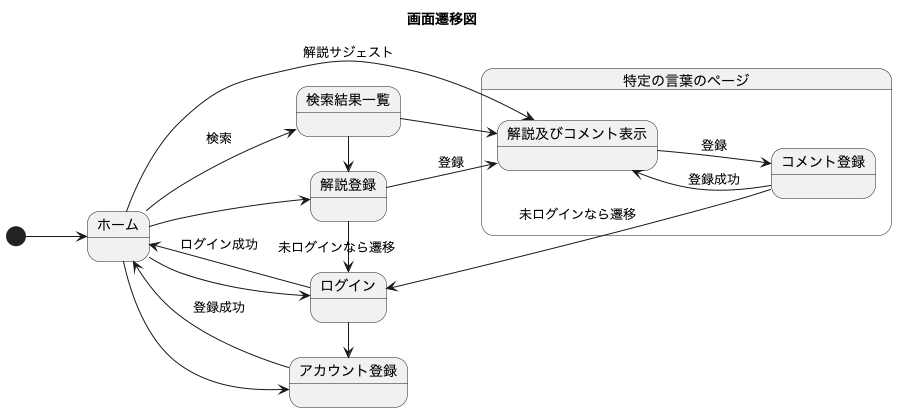
Earlier version of the PlantUML export docs/plantuml/アプリ_画面遷移図.png (yu-suke0919/dxd_glossary_rails). Its diagram source:
```plantuml
@startuml
left to right direction
title 画面遷移図

state ホーム
state ログイン
state アカウント登録
state 検索結果一覧
state 解説登録
state 特定の言葉のページ{
  state "解説及びコメント表示" as 解説表示
  state コメント登録

  解説表示 -[hidden]-> コメント登録
}

[*] --> ホーム

ホーム --> 解説表示 :解説サジェスト
ホーム --> 検索結果一覧 :検索
ホーム --> 解説登録
ホーム --> アカウント登録
ホーム --> ログイン

ホーム <-- ログイン :ログイン成功
ホーム <-- アカウント登録 : 登録成功

解説登録 -> ログイン :未ログインなら遷移
ログイン -> アカウント登録


検索結果一覧 -> 解説登録
検索結果一覧 --> 解説表示
解説登録 --> 解説表示 : 登録

解説表示 --> コメント登録 : 登録
解説表示 <-- コメント登録 : 登録成功

ログイン <-up-- コメント登録 : 未ログインなら遷移


@enduml
```
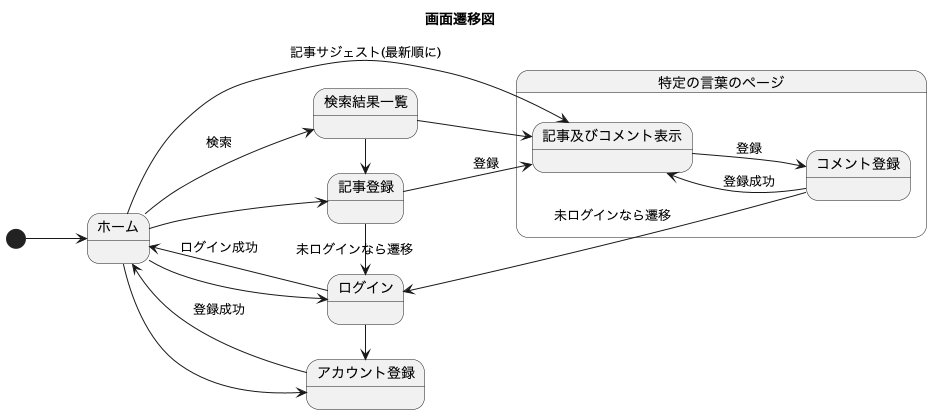
After the commit.

Commit message:
plantumlの出力画像を差し替え

Diff of the diagram source:
```diff
@@ -6,35 +6,35 @@
 state ログイン
 state アカウント登録
 state 検索結果一覧
-state 解説登録
+state 記事登録
 state 特定の言葉のページ{
-  state "解説及びコメント表示" as 解説表示
+  state "記事及びコメント表示" as 記事表示
   state コメント登録
 
-  解説表示 -[hidden]-> コメント登録
+  記事表示 -[hidden]-> コメント登録
 }
 
 [*] --> ホーム
 
-ホーム --> 解説表示 :解説サジェスト
+ホーム --> 記事表示 :記事サジェスト(最新順に)
 ホーム --> 検索結果一覧 :検索
-ホーム --> 解説登録
+ホーム --> 記事登録
 ホーム --> アカウント登録
 ホーム --> ログイン
 
 ホーム <-- ログイン :ログイン成功
 ホーム <-- アカウント登録 : 登録成功
 
-解説登録 -> ログイン :未ログインなら遷移
+記事登録 -> ログイン :未ログインなら遷移
 ログイン -> アカウント登録
 
 
-検索結果一覧 -> 解説登録
-検索結果一覧 --> 解説表示
-解説登録 --> 解説表示 : 登録
+検索結果一覧 -> 記事登録
+検索結果一覧 --> 記事表示
+記事登録 --> 記事表示 : 登録
 
-解説表示 --> コメント登録 : 登録
-解説表示 <-- コメント登録 : 登録成功
+記事表示 --> コメント登録 : 登録
+記事表示 <-- コメント登録 : 登録成功
 
 ログイン <-up-- コメント登録 : 未ログインなら遷移
 
```
